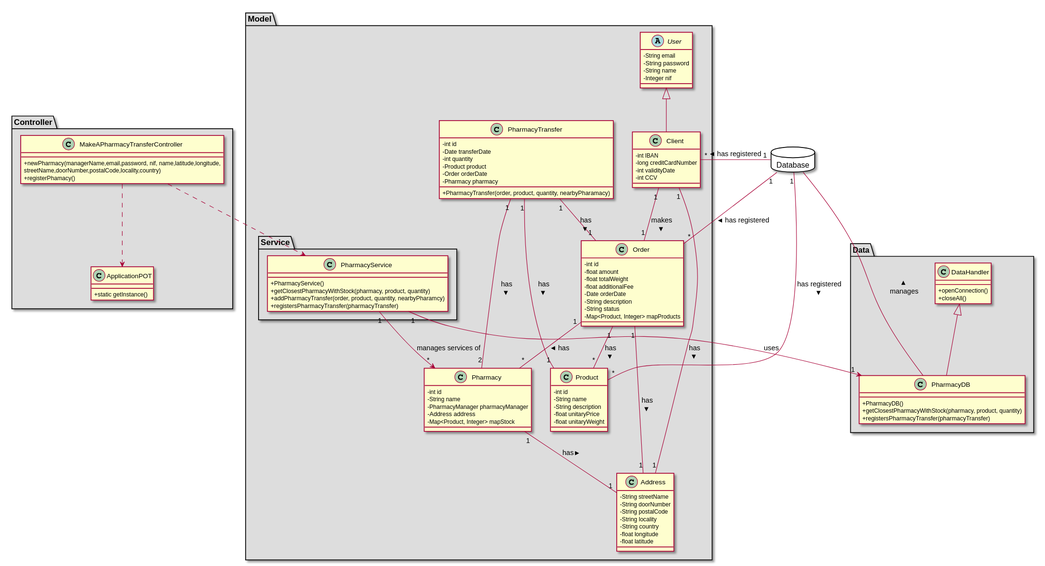
This is docs/Iteration 2/Pharmacy Management/US200_MakeAPharmacyTransfer/US200_CD.svg from tiagoavcosta25/LAPR3, a PlantUML export, as it was before one commit.
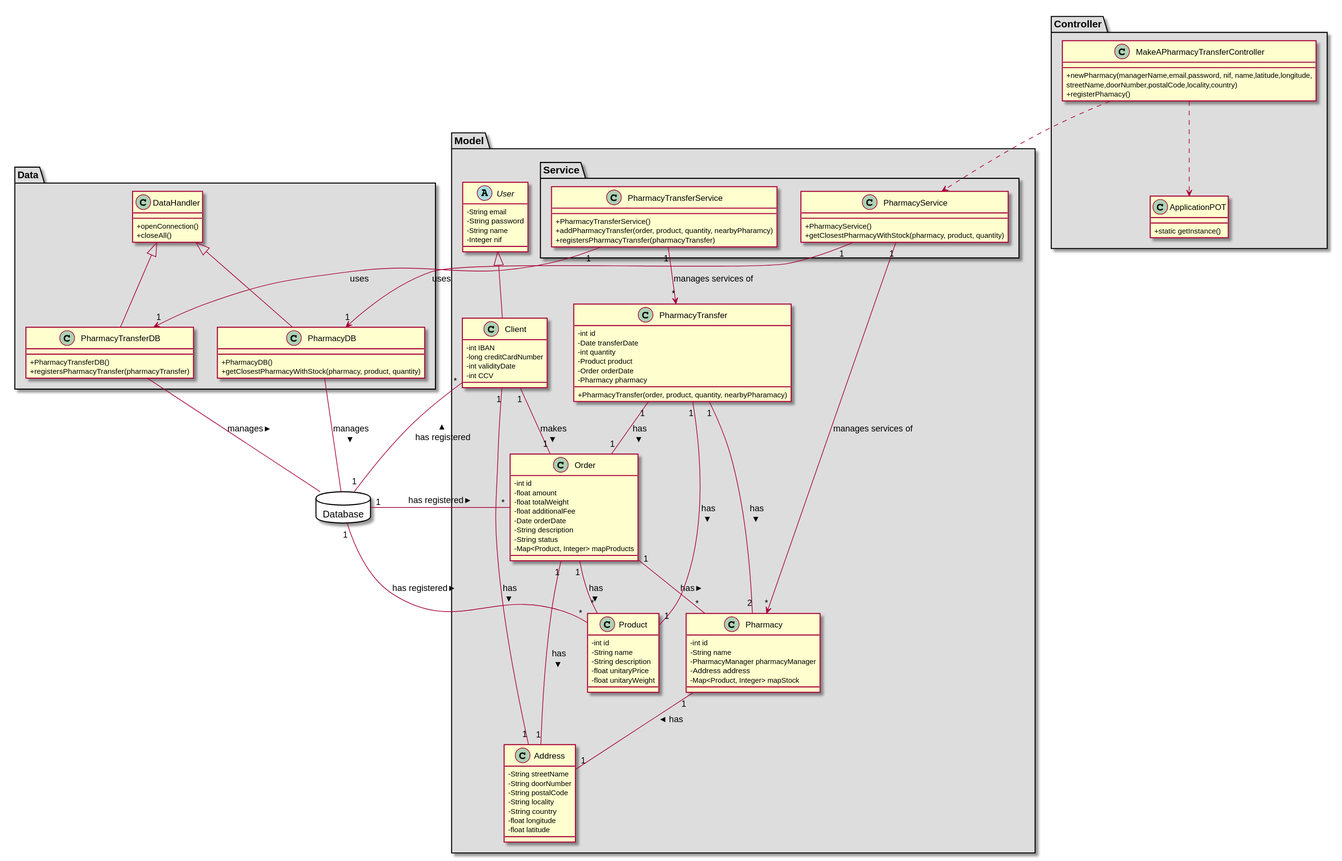
After the commit.

Change to the diagram source:
```diff
@@ -19,9 +19,13 @@
    class PharmacyService{
           +PharmacyService()
           +getClosestPharmacyWithStock(pharmacy, product, quantity)
-          +addPharmacyTransfer(order, product, quantity, nearbyPharamcy)
-          +registersPharmacyTransfer(pharmacyTransfer)
       }
+
+      class PharmacyTransferService{
+                +PharmacyTransferService()
+                +addPharmacyTransfer(order, product, quantity, nearbyPharamcy)
+                +registersPharmacyTransfer(pharmacyTransfer)
+            }
  }
 
 abstract class User{
@@ -97,14 +101,19 @@
 class PharmacyDB{
           +PharmacyDB()
           +getClosestPharmacyWithStock(pharmacy, product, quantity)
-          +registersPharmacyTransfer(pharmacyTransfer)
       }
+
+      class PharmacyTransferDB{
+                +PharmacyTransferDB()
+                +registersPharmacyTransfer(pharmacyTransfer)
+            }
 }
 
 database Database {
 }
 
 class PharmacyDB extends DataHandler
+class PharmacyTransferDB extends DataHandler
 class Client extends User
 
 MakeAPharmacyTransferController ..> ApplicationPOT
@@ -113,8 +122,11 @@
 Database "1" -- "*" Product : has registered >
 Database "1" -- "*" Client : has registered >
 PharmacyDB -- Database : manages >
+PharmacyTransferDB -- Database : manages >
 PharmacyService "1" --> "*" Pharmacy : manages services of
 PharmacyService "1" --> "1" PharmacyDB : uses
+PharmacyTransferService "1" --> "*" PharmacyTransfer : manages services of
+PharmacyTransferService "1" --> "1" PharmacyTransferDB : uses
 Pharmacy "1" -- "1" Address : has >
 Order "1" -- "*" Product : has >
 Order "1" -- "*" Pharmacy : has >
```
